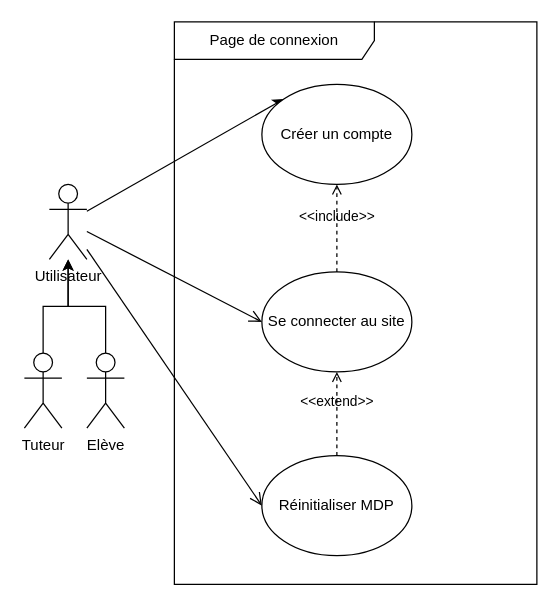
Before: test uses cases.drawio in camille-fs/springboot_crud_demo, a draw.io diagram. Source tidied: cells renumbered, new cells numbered last; positions are measured from the earlier drawing's top-left corner, leaving out a move shared by most shapes. Both pictures are drawn from the tidied source at 125%, with x=0, y=0 at pixel (24, 21).
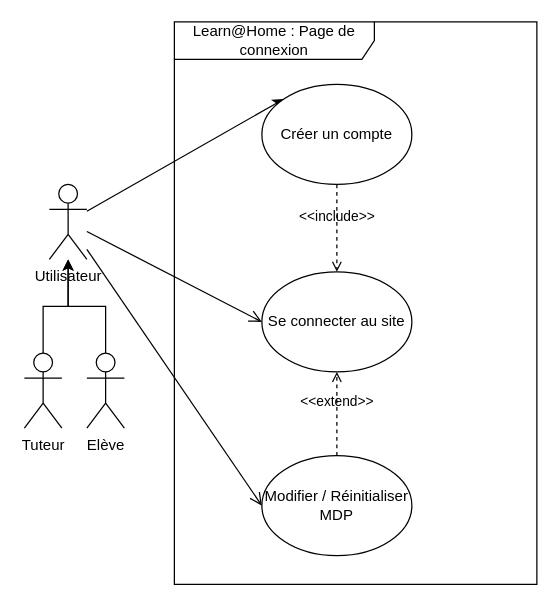
The same page after the edit.

Commit message:
Mettre à jour test uses cases.drawio

What changed in the source:
```diff
@@
 <mxGraphModel>
   <root>
     <mxCell id="0" />
     <mxCell id="1" parent="0" />
     <mxCell id="2" value="Utilisateur" style="shape=umlActor;verticalLabelPosition=bottom;verticalAlign=top;html=1;outlineConnect=0;" parent="1" vertex="1">
       <mxGeometry x="20" y="130" width="30" height="60" as="geometry" />
     </mxCell>
     <mxCell id="3" style="endArrow=classic;html=1;rounded=0;entryX=0;entryY=0;entryDx=0;entryDy=0;" parent="1" edge="1" source="2" target="4">
       <mxGeometry relative="1" as="geometry" />
     </mxCell>
     <mxCell id="4" value="Créer un compte" style="ellipse;whiteSpace=wrap;html=1;" parent="1" vertex="1">
       <mxGeometry x="190" y="50" width="120" height="80" as="geometry" />
     </mxCell>
     <mxCell id="5" value="Se connecter au site" style="ellipse;whiteSpace=wrap;html=1;" parent="1" vertex="1">
       <mxGeometry x="190" y="200" width="120" height="80" as="geometry" />
     </mxCell>
-    <mxCell id="6" value="Réinitialiser MDP" style="ellipse;whiteSpace=wrap;html=1;" parent="1" vertex="1">
+    <mxCell id="6" value="Modifier / Réinitialiser MDP" style="ellipse;whiteSpace=wrap;html=1;" parent="1" vertex="1">
       <mxGeometry x="190" y="347" width="120" height="80" as="geometry" />
     </mxCell>
     <mxCell id="7" style="edgeStyle=orthogonalEdgeStyle;rounded=0;jettySize=auto;html=1;" parent="1" edge="1" source="8" target="2">
       <mxGeometry relative="1" as="geometry" />
     </mxCell>
     <mxCell id="8" value="Tuteur" style="shape=umlActor;verticalLabelPosition=bottom;verticalAlign=top;html=1;outlineConnect=0;" parent="1" vertex="1">
       <mxGeometry y="265" width="30" height="60" as="geometry" />
     </mxCell>
     <mxCell id="9" style="edgeStyle=orthogonalEdgeStyle;rounded=0;jettySize=auto;html=1;" parent="1" edge="1" source="10" target="2">
       <mxGeometry relative="1" as="geometry" />
     </mxCell>
     <mxCell id="10" value="Elève" style="shape=umlActor;verticalLabelPosition=bottom;verticalAlign=top;html=1;" parent="1" vertex="1">
       <mxGeometry x="50" y="265" width="30" height="60" as="geometry" />
     </mxCell>
     <mxCell id="11" style="endArrow=open;startArrow=none;endFill=0;startFill=0;endSize=8;html=1;verticalAlign=bottom;labelBackgroundColor=none;strokeWidth=1;rounded=0;entryX=0;entryY=0.5;entryDx=0;entryDy=0;" parent="1" edge="1" source="2" target="6">
       <mxGeometry relative="1" as="geometry" />
     </mxCell>
     <mxCell id="12" style="endArrow=open;startArrow=none;endFill=0;startFill=0;endSize=8;html=1;verticalAlign=bottom;labelBackgroundColor=none;strokeWidth=1;rounded=0;entryX=0;entryY=0.5;entryDx=0;entryDy=0;" parent="1" edge="1" source="2" target="5">
       <mxGeometry relative="1" as="geometry" />
     </mxCell>
     <mxCell id="13" value="&amp;lt;&amp;lt;extend&amp;gt;&amp;gt;" style="html=1;verticalAlign=bottom;labelBackgroundColor=none;endArrow=open;endFill=0;dashed=1;rounded=0;exitX=0.5;exitY=0;exitDx=0;exitDy=0;entryX=0.5;entryY=1;entryDx=0;entryDy=0;" parent="1" edge="1" source="6" target="5">
       <mxGeometry relative="1" as="geometry" />
     </mxCell>
+    <mxCell id="15" value="Learn@Home : Page de connexion" style="shape=umlFrame;whiteSpace=wrap;html=1;width=160;" parent="1" vertex="1">
+      <mxGeometry x="120" width="290" height="450" as="geometry" />
+    </mxCell>
-    <mxCell id="14" value="&amp;lt;&amp;lt;include&amp;gt;&amp;gt;" style="html=1;verticalAlign=bottom;labelBackgroundColor=none;endArrow=open;endFill=0;dashed=1;rounded=0;exitX=0.5;exitY=0;exitDx=0;exitDy=0;" parent="1" edge="1" source="5" target="4">
+    <mxCell id="14" value="&amp;lt;&amp;lt;include&amp;gt;&amp;gt;" style="html=1;verticalAlign=bottom;labelBackgroundColor=none;endArrow=open;endFill=0;dashed=1;rounded=0;exitX=0.5;exitY=1;exitDx=0;exitDy=0;entryX=0.5;entryY=0;entryDx=0;entryDy=0;" parent="1" edge="1" source="4" target="5">
       <mxGeometry relative="1" as="geometry" />
     </mxCell>
-    <mxCell id="15" value="Page de connexion" style="shape=umlFrame;whiteSpace=wrap;html=1;width=160;" parent="1" vertex="1">
-      <mxGeometry x="120" width="290" height="450" as="geometry" />
-    </mxCell>
   </root>
 </mxGraphModel>
```
